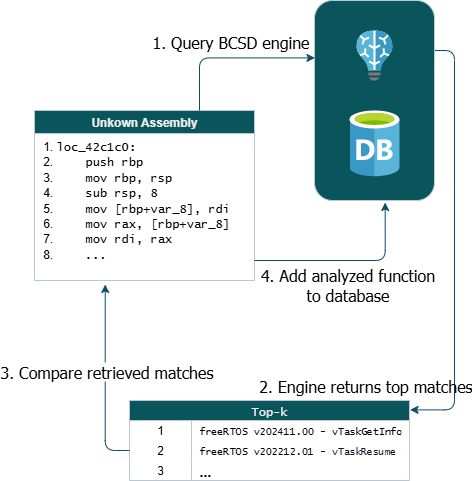
This is paper/BCSD-schematic.png from carloskiki/asm-feature-extraction, a draw.io export, as it was before one commit. Source tidied: cells renumbered, new cells last; positions are measured from the earlier drawing's top-left corner, leaving out a move shared by most shapes.
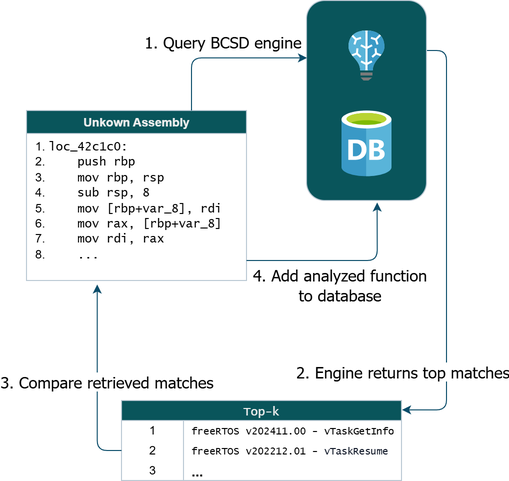
Above is the later version.

Commit message:
higher res

Change to the diagram source:
```diff
@@ -5,9 +5,9 @@
     <mxCell id="2" style="edgeStyle=orthogonalEdgeStyle;rounded=1;jettySize=auto;html=1;exitX=1;exitY=0.25;exitDx=0;exitDy=0;entryX=1.002;entryY=0.117;entryDx=0;entryDy=0;strokeColor=#0B4D6A;fontColor=default;entryPerimeter=0;curved=0;labelBackgroundColor=none;" parent="1" edge="1" source="4" target="8">
       <mxGeometry relative="1" as="geometry" />
     </mxCell>
-    <mxCell id="3" value="2. Engine returns top matches" style="edgeLabel;html=1;align=center;verticalAlign=middle;strokeColor=#BAC8D3;fontColor=#000000;fillColor=#09555B;fontSize=16;fontFamily=Tahoma;labelBackgroundColor=none;" parent="2" vertex="1">
+    <mxCell id="3" value="2. Engine returns top matches" style="edgeLabel;html=1;align=center;verticalAlign=middle;strokeColor=#BAC8D3;fontColor=#000000;fillColor=#09555B;fontSize=16;fontFamily=Tahoma;labelBackgroundColor=default;" parent="2" vertex="1">
       <mxGeometry x="0.15" relative="1" as="geometry">
-        <mxPoint x="-90" y="110" as="offset" />
+        <mxPoint x="-45" y="96" as="offset" />
       </mxGeometry>
     </mxCell>
     <mxCell id="4" style="rounded=1;whiteSpace=wrap;html=1;labelBackgroundColor=none;fillColor=#09555B;strokeColor=#BAC8D3;fontColor=#EEEEEE;" parent="1" vertex="1">
@@ -56,7 +56,9 @@
       <mxGeometry relative="1" as="geometry" />
     </mxCell>
     <mxCell id="19" value="&lt;span style=&quot;font-family: Tahoma; font-size: 16px; background-color: rgb(255, 255, 255);&quot;&gt;3. Compare retrieved matches&lt;/span&gt;" style="edgeLabel;html=1;align=center;verticalAlign=middle;strokeColor=#BAC8D3;fontColor=#000000;fillColor=#09555B;labelBackgroundColor=none;" parent="18" vertex="1">
-      <mxGeometry x="0.09" y="-1" relative="1" as="geometry" />
+      <mxGeometry x="0.09" y="-1" relative="1" as="geometry">
+        <mxPoint x="8" y="10" as="offset" />
+      </mxGeometry>
     </mxCell>
     <mxCell id="20" style="edgeStyle=orthogonalEdgeStyle;rounded=1;jettySize=auto;html=1;curved=0;labelBackgroundColor=none;strokeColor=#0B4D6A;fontColor=default;entryX=0.589;entryY=1.01;entryDx=0;entryDy=0;entryPerimeter=0;" parent="1" edge="1" target="4">
       <mxGeometry relative="1" as="geometry">
```
